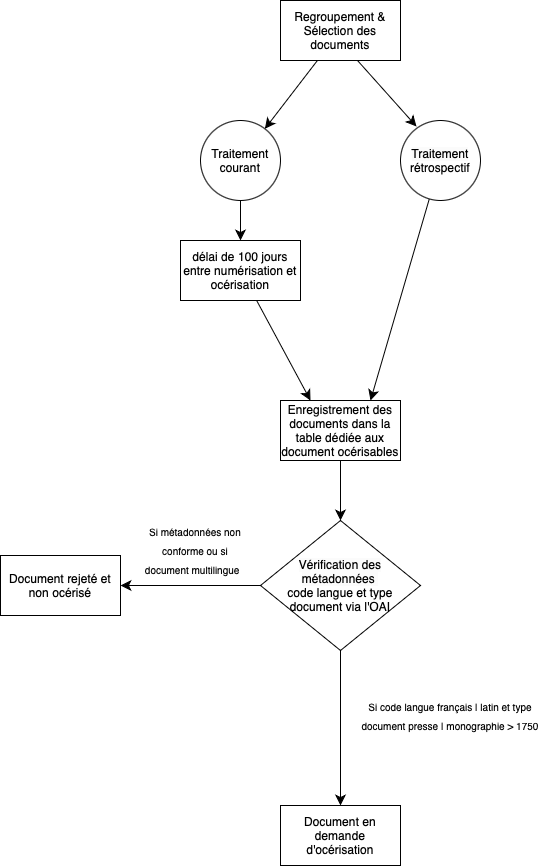
This is chaine_ocr_bnf.drawio.png from MPappia/flask_exercices, a draw.io export, as it was before one commit. Source tidied: cells renumbered, new cells last; positions are measured from the earlier drawing's top-left corner, leaving out a move shared by most shapes.
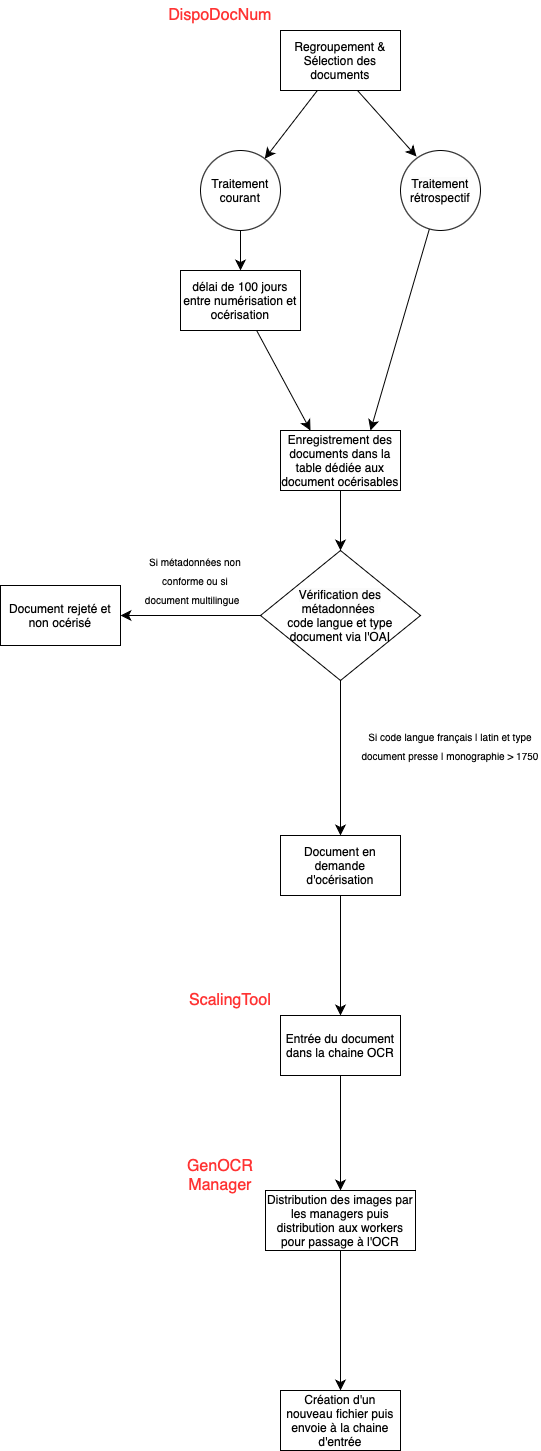
After the commit.

Commit message:
Mettre à jour chaine_ocr_bnf.drawio.png

What changed in the source:
```diff
@@ -54,11 +54,38 @@
     <mxCell id="17" value="&lt;font style=&quot;font-size: 10px;&quot;&gt;Si métadonnées non conforme ou si document multilingue &amp;nbsp;&lt;/font&gt;" style="text;html=1;align=center;verticalAlign=middle;whiteSpace=wrap;rounded=0;fontSize=16;" parent="1" vertex="1">
       <mxGeometry x="140" y="520" width="110" height="60" as="geometry" />
     </mxCell>
+    <mxCell id="20" style="edgeStyle=none;curved=1;rounded=0;jettySize=auto;html=1;fontSize=12;startSize=8;endSize=8;" parent="1" edge="1" source="18" target="22">
+      <mxGeometry relative="1" as="geometry" />
+    </mxCell>
     <mxCell id="18" value="Document en demande d'océrisation" style="whiteSpace=wrap;html=1;" parent="1" vertex="1">
       <mxGeometry x="280" y="805" width="120" height="60" as="geometry" />
     </mxCell>
     <mxCell id="19" value="&lt;font style=&quot;font-size: 10px;&quot;&gt;Si code langue français | latin et type document presse | monographie &amp;gt; 1750&lt;/font&gt;" style="text;html=1;align=center;verticalAlign=middle;whiteSpace=wrap;rounded=0;fontSize=16;" parent="1" vertex="1">
       <mxGeometry x="360" y="690" width="180" height="50" as="geometry" />
     </mxCell>
+    <mxCell id="21" style="edgeStyle=none;curved=1;rounded=0;jettySize=auto;html=1;fontSize=12;startSize=8;endSize=8;" parent="1" edge="1" source="22" target="26">
+      <mxGeometry relative="1" as="geometry" />
+    </mxCell>
+    <mxCell id="22" value="Entrée du document dans la chaine OCR" style="whiteSpace=wrap;html=1;" parent="1" vertex="1">
+      <mxGeometry x="280" y="985" width="120" height="60" as="geometry" />
+    </mxCell>
+    <mxCell id="23" value="&lt;font color=&quot;#ff3333&quot;&gt;DispoDocNum&lt;/font&gt;" style="text;html=1;align=center;verticalAlign=middle;whiteSpace=wrap;rounded=0;fontSize=16;" parent="1" vertex="1">
+      <mxGeometry x="160" y="-30" width="120" height="30" as="geometry" />
+    </mxCell>
+    <mxCell id="24" value="&lt;font color=&quot;#ff3333&quot;&gt;ScalingTool&lt;/font&gt;" style="text;html=1;align=center;verticalAlign=middle;whiteSpace=wrap;rounded=0;fontSize=16;" parent="1" vertex="1">
+      <mxGeometry x="180" y="955" width="100" height="30" as="geometry" />
+    </mxCell>
+    <mxCell id="25" style="edgeStyle=none;curved=1;rounded=0;jettySize=auto;html=1;fontSize=12;startSize=8;endSize=8;" parent="1" edge="1" source="26" target="27">
+      <mxGeometry relative="1" as="geometry" />
+    </mxCell>
+    <mxCell id="26" value="Distribution des images par les managers puis distribution aux workers pour passage à l'OCR" style="whiteSpace=wrap;html=1;" parent="1" vertex="1">
+      <mxGeometry x="265" y="1160" width="150" height="60" as="geometry" />
+    </mxCell>
+    <mxCell id="27" value="Création d'un nouveau fichier puis envoie à la chaine d'entrée" style="whiteSpace=wrap;html=1;" parent="1" vertex="1">
+      <mxGeometry x="280" y="1360" width="120" height="60" as="geometry" />
+    </mxCell>
+    <mxCell id="28" value="&lt;font color=&quot;#ff3333&quot;&gt;GenOCR Manager&lt;/font&gt;" style="text;html=1;align=center;verticalAlign=middle;whiteSpace=wrap;rounded=0;fontSize=16;" parent="1" vertex="1">
+      <mxGeometry x="170" y="1130" width="100" height="30" as="geometry" />
+    </mxCell>
   </root>
 </mxGraphModel>
```
